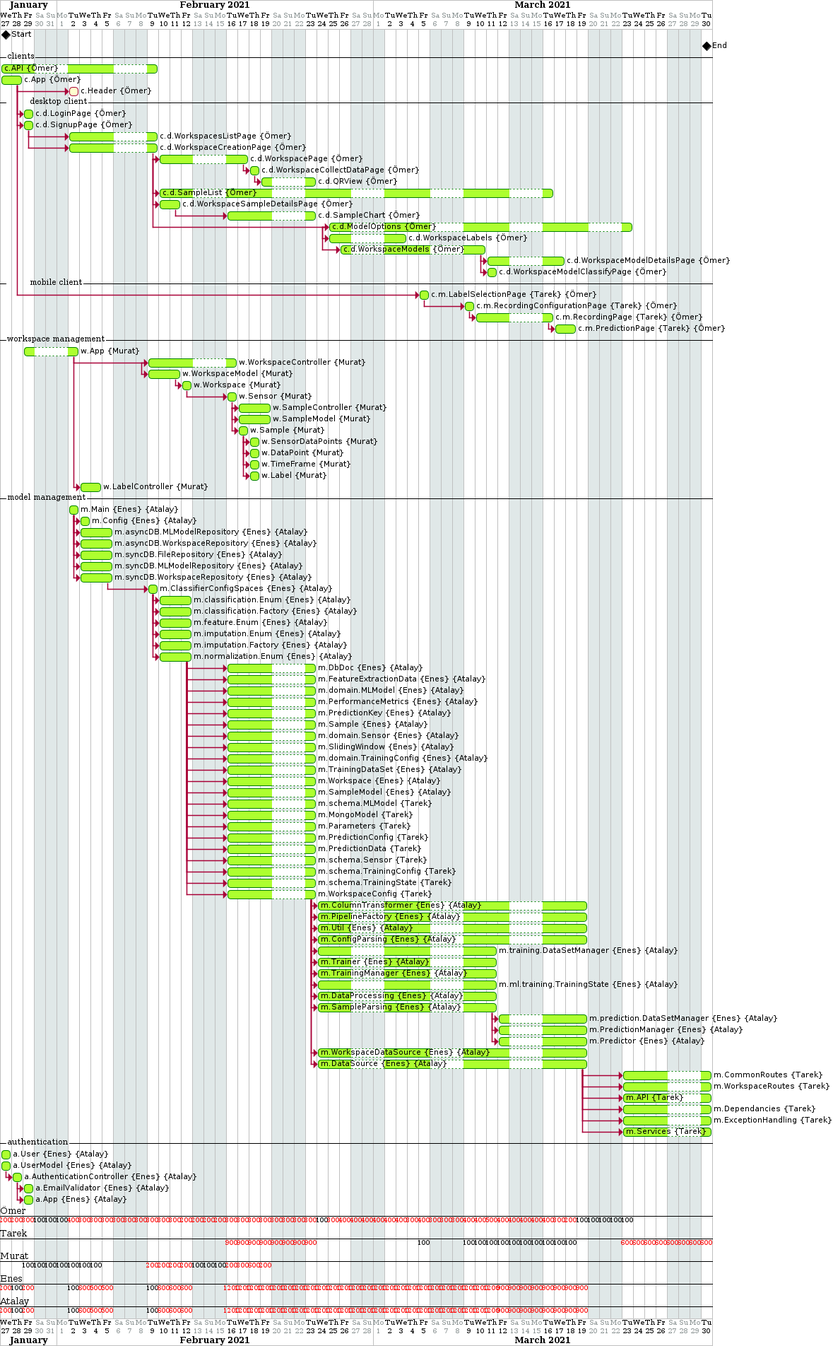
PSE-TECO-2020-TEAM1/e2e-ml_docs keeps this PlantUML diagram as Implementation/Report/images/gantt.png. Above is the earlier version. Source of this version:
```plantuml
@startgantt
Project starts 2021-01-27
saturday are closed
sunday are closed
monday are closed
[Start] happens 2021-01-27
[End] happens 2021-03-30
-- clients --
[c.API] on {Ömer} lasts 2 week and is colored in GreenYellow/Green
[c.App] on {Ömer} lasts 2 days and is colored in GreenYellow/Green
[c.Header] on {Ömer} starts 4 day after [c.App]'s end and lasts 1 day
-- \tdesktop client --
[c.d.LoginPage] on {Ömer} starts at [c.App]'s end and lasts 1 day and is colored in GreenYellow/Green
[c.d.SignupPage] on {Ömer} starts at [c.App]'s end and lasts 1 day and is colored in GreenYellow/Green
[c.d.WorkspacesListPage] on {Ömer} starts at [c.d.SignupPage]'s end and lasts 5 day and is colored in GreenYellow/Green
[c.d.WorkspaceCreationPage] on {Ömer} starts at [c.d.SignupPage]'s end and lasts 5 days and is colored in GreenYellow/Green
[c.d.WorkspacePage] on {Ömer} starts at [c.d.WorkspaceCreationPage]'s end and lasts 5 day and is colored in GreenYellow/Green
[c.d.WorkspaceCollectDataPage] on {Ömer} starts at [c.d.WorkspacePage]'s end and lasts 1 day and is colored in GreenYellow/Green
[c.d.QRView] on {Ömer} starts at [c.d.WorkspaceCollectDataPage]'s end and lasts 2 days and is colored in GreenYellow/Green
[c.d.SampleList] on {Ömer} starts at [c.d.WorkspacePage]'s start and lasts 20 day and is colored in GreenYellow/Green
[c.d.WorkspaceSampleDetailsPage] on {Ömer} starts at [c.d.WorkspacePage]'s start and lasts 2 days and is colored in GreenYellow/Green
[c.d.SampleChart] on {Ömer} starts 2 days after [c.d.WorkspaceSampleDetailsPage]'s end and lasts 5 days and is colored in GreenYellow/Green
[c.d.ModelOptions] on {Ömer} starts 15 days after [c.d.WorkspacePage]'s start and lasts 15 day and is colored in GreenYellow/Green
[c.d.WorkspaceLabels] on {Ömer} starts at [c.d.ModelOptions]'s start and lasts 4 day and is colored in GreenYellow/Green
[c.d.WorkspaceModels] on {Ömer} starts 1 day after [c.d.ModelOptions]'s start and lasts 7 day and is colored in GreenYellow/Green
[c.d.WorkspaceModelDetailsPage] on {Ömer} starts at [c.d.WorkspaceModels]'s end and lasts 4 day and is colored in GreenYellow/Green
[c.d.WorkspaceModelClassifyPage] on {Ömer} starts at [c.d.WorkspaceModels]'s end and lasts 1 day and is colored in GreenYellow/Green
-- \tmobile client --
[c.m.LabelSelectionPage] on {Tarek} {Ömer} starts 35 days after [c.App]'s end and lasts 1 day and is colored in GreenYellow/Green
[c.m.RecordingConfigurationPage] on {Tarek} {Ömer} starts at [c.m.LabelSelectionPage]'s end and lasts 1 day and is colored in GreenYellow/Green
[c.m.RecordingPage] on {Tarek} {Ömer} starts at [c.m.RecordingConfigurationPage]'s end and lasts 8 day and is colored in GreenYellow/Green
[c.m.PredictionPage] on {Tarek} {Ömer} starts at [c.m.RecordingPage]'s end and lasts 4 day and is colored in GreenYellow/Green
-- workspace management --
[w.App] on {Murat} starts 2021-01-29 and  lasts 2 day and is colored in GreenYellow/Green
[w.WorkspaceController] on {Murat} starts 3 days after [w.App]'s end and lasts 5 day and is colored in GreenYellow/Green
[w.WorkspaceModel] on {Murat} starts at [w.WorkspaceController]'s start and lasts 3 day and is colored in GreenYellow/Green
[w.Workspace] on {Murat} starts at [w.WorkspaceModel]'s end and lasts 1 day and is colored in GreenYellow/Green
[w.Sensor] on {Murat} starts at [w.Workspace]'s end and lasts 1 day and is colored in GreenYellow/Green
[w.SampleController] on {Murat} starts at [w.Sensor]'s end and lasts 3 day and is colored in GreenYellow/Green
[w.SampleModel] on {Murat} starts at [w.SampleController]'s start and lasts 3 day and is colored in GreenYellow/Green
[w.Sample] on {Murat} starts at [w.SampleController]'s start and lasts 1 day and is colored in GreenYellow/Green
[w.SensorDataPoints] on {Murat} starts at [w.Sample]'s end and lasts 1 day and is colored in GreenYellow/Green
[w.DataPoint] on {Murat} starts at [w.SensorDataPoints]'s start and lasts 1 day and is colored in GreenYellow/Green
[w.TimeFrame] on {Murat} starts at [w.Sample]'s end and lasts 1 day and is colored in GreenYellow/Green
[w.Label] on {Murat} starts at [w.Sample]'s end and lasts 1 day and is colored in GreenYellow/Green
[w.LabelController] on {Murat} starts at [w.App]'s end and lasts 2 day and is colored in GreenYellow/Green
-- model management --
[m.Main] on {Enes} {Atalay} starts 2021-02-02 and lasts 2 day and is colored in GreenYellow/Green
[m.Config] on {Enes} {Atalay} starts at [m.Main]'s end and lasts 2 day and is colored in GreenYellow/Green
[m.asyncDB.MLModelRepository] on {Enes} {Atalay} starts at [m.Main]'s end and lasts 6 day and is colored in GreenYellow/Green
[m.asyncDB.WorkspaceRepository] on {Enes} {Atalay} starts at [m.Main]'s end and lasts 6 day and is colored in GreenYellow/Green
[m.syncDB.FileRepository] on {Enes} {Atalay} starts at [m.Main]'s end and lasts 6 day and is colored in GreenYellow/Green
[m.syncDB.MLModelRepository] on {Enes} {Atalay} starts at [m.Main]'s end and lasts 6 day and is colored in GreenYellow/Green
[m.syncDB.WorkspaceRepository] on {Enes} {Atalay} starts at [m.Main]'s end and lasts 6 day and is colored in GreenYellow/Green
[m.ClassifierConfigSpaces] on {Enes} {Atalay} starts at [m.syncDB.WorkspaceRepository]'s end and lasts 2 day and is colored in GreenYellow/Green
[m.classification.Enum] on {Enes} {Atalay} starts at [m.ClassifierConfigSpaces]'s end and lasts 6 day and is colored in GreenYellow/Green
[m.classification.Factory] on {Enes} {Atalay} starts at [m.ClassifierConfigSpaces]'s end and lasts 6 day and is colored in GreenYellow/Green
[m.feature.Enum] on {Enes} {Atalay} starts at [m.ClassifierConfigSpaces]'s end and lasts 6 day and is colored in GreenYellow/Green
[m.imputation.Enum] on {Enes} {Atalay} starts at [m.ClassifierConfigSpaces]'s end and lasts 6 day and is colored in GreenYellow/Green
[m.imputation.Factory] on {Enes} {Atalay} starts at [m.ClassifierConfigSpaces]'s end and lasts 6 day and is colored in GreenYellow/Green
[m.normalization.Enum] on {Enes} {Atalay} starts at [m.ClassifierConfigSpaces]'s end and lasts 6 day and is colored in GreenYellow/Green
[m.DbDoc] on {Enes} {Atalay} starts at [m.normalization.Enum]'s end and lasts 10 day and is colored in GreenYellow/Green
[m.FeatureExtractionData] on {Enes} {Atalay} starts at [m.normalization.Enum]'s end and lasts 10 day and is colored in GreenYellow/Green
[m.domain.MLModel] on {Enes} {Atalay} starts at [m.normalization.Enum]'s end and lasts 10 day and is colored in GreenYellow/Green
[m.PerformanceMetrics] on {Enes} {Atalay} starts at [m.normalization.Enum]'s end and lasts 10 day and is colored in GreenYellow/Green
[m.PredictionKey] on {Enes} {Atalay} starts at [m.normalization.Enum]'s end and lasts 10 day and is colored in GreenYellow/Green
[m.Sample] on {Enes} {Atalay} starts at [m.normalization.Enum]'s end and lasts 10 day and is colored in GreenYellow/Green
[m.domain.Sensor] on {Enes} {Atalay} starts at [m.normalization.Enum]'s end and lasts 10 day and is colored in GreenYellow/Green
[m.SlidingWindow] on {Enes} {Atalay} starts at [m.normalization.Enum]'s end and lasts 10 day and is colored in GreenYellow/Green
[m.domain.TrainingConfig] on {Enes} {Atalay} starts at [m.normalization.Enum]'s end and lasts 10 day and is colored in GreenYellow/Green
[m.TrainingDataSet] on {Enes} {Atalay} starts at [m.normalization.Enum]'s end and lasts 10 day and is colored in GreenYellow/Green
[m.Workspace] on {Enes} {Atalay} starts at [m.normalization.Enum]'s end and lasts 10 day and is colored in GreenYellow/Green
[m.SampleModel] on {Enes} {Atalay} starts at [m.normalization.Enum]'s end and lasts 10 day and is colored in GreenYellow/Green
[m.schema.MLModel] on {Tarek} starts at [m.normalization.Enum]'s end and lasts 5 day and is colored in GreenYellow/Green
[m.MongoModel] on {Tarek} starts at [m.normalization.Enum]'s end and lasts 5 day and is colored in GreenYellow/Green
[m.Parameters] on {Tarek} starts at [m.normalization.Enum]'s end and lasts 5 day and is colored in GreenYellow/Green
[m.PredictionConfig] on {Tarek} starts at [m.normalization.Enum]'s end and lasts 5 day and is colored in GreenYellow/Green
[m.PredictionData] on {Tarek} starts at [m.normalization.Enum]'s end and lasts 5 day and is colored in GreenYellow/Green
[m.schema.Sensor] on {Tarek} starts at [m.normalization.Enum]'s end and lasts 5 day and is colored in GreenYellow/Green
[m.schema.TrainingConfig] on {Tarek} starts at [m.normalization.Enum]'s end and lasts 5 day and is colored in GreenYellow/Green
[m.schema.TrainingState] on {Tarek} starts at [m.normalization.Enum]'s end and lasts 5 day and is colored in GreenYellow/Green
[m.WorkspaceConfig] on {Tarek} starts at [m.normalization.Enum]'s end and lasts 5 day and is colored in GreenYellow/Green
[m.ColumnTransformer] on {Enes} {Atalay} starts at [m.WorkspaceConfig]'s end and lasts 30 day and is colored in GreenYellow/Green
[m.PipelineFactory] on {Enes} {Atalay} starts at [m.WorkspaceConfig]'s end and lasts 30 day and is colored in GreenYellow/Green
[m.Util] on {Enes} {Atalay} starts at [m.WorkspaceConfig]'s end and lasts 30 day and is colored in GreenYellow/Green
[m.ConfigParsing] on {Enes} {Atalay} starts at [m.WorkspaceConfig]'s end and lasts 30 day and is colored in GreenYellow/Green
[m.training.DataSetManager] on {Enes} {Atalay} starts at [m.WorkspaceConfig]'s end and lasts 20 day and is colored in GreenYellow/Green
[m.Trainer] on {Enes} {Atalay} starts at [m.WorkspaceConfig]'s end and lasts 20 day and is colored in GreenYellow/Green
[m.TrainingManager] on {Enes} {Atalay} starts at [m.WorkspaceConfig]'s end and lasts 20 day and is colored in GreenYellow/Green
[m.ml.training.TrainingState] on {Enes} {Atalay} starts at [m.WorkspaceConfig]'s end and lasts 20 day and is colored in GreenYellow/Green
[m.DataProcessing] on {Enes} {Atalay} starts at [m.WorkspaceConfig]'s end and lasts 20 day and is colored in GreenYellow/Green
[m.SampleParsing] on {Enes} {Atalay} starts at [m.WorkspaceConfig]'s end and lasts 20 day and is colored in GreenYellow/Green
[m.prediction.DataSetManager] on {Enes} {Atalay} starts at [m.SampleParsing]'s end and lasts 10 day and is colored in GreenYellow/Green
[m.PredictionManager] on {Enes} {Atalay} starts at [m.SampleParsing]'s end and lasts 10 day and is colored in GreenYellow/Green
[m.Predictor] on {Enes} {Atalay} starts at [m.SampleParsing]'s end and lasts 10 day and is colored in GreenYellow/Green
[m.WorkspaceDataSource] on {Enes} {Atalay} starts at [m.WorkspaceConfig]'s end and lasts 30 day and is colored in GreenYellow/Green
[m.DataSource] on {Enes} {Atalay} starts at [m.WorkspaceConfig]'s end and lasts 30 day and is colored in GreenYellow/Green
[m.CommonRoutes] on {Tarek} starts at [m.DataSource]'s end and lasts 5 day and is colored in GreenYellow/Green
[m.WorkspaceRoutes] on {Tarek} starts at [m.DataSource]'s end and lasts 5 day and is colored in GreenYellow/Green
[m.API] on {Tarek} starts at [m.DataSource]'s end and lasts 5 day and is colored in GreenYellow/Green
[m.Dependancies] on {Tarek} starts at [m.DataSource]'s end and lasts 5 day and is colored in GreenYellow/Green
[m.ExceptionHandling] on {Tarek} starts at [m.DataSource]'s end and lasts 5 day and is colored in GreenYellow/Green
[m.Services] on {Tarek} starts at [m.DataSource]'s end and lasts 5 day and is colored in GreenYellow/Green
-- authentication --
[a.User] on {Enes} {Atalay} lasts 1 day and is colored in GreenYellow/Green
[a.UserModel] on {Enes} {Atalay} lasts 1 day and is colored in GreenYellow/Green
[a.AuthenticationController] on {Enes} {Atalay} starts at [a.UserModel]'s end and lasts 1 day and is colored in GreenYellow/Green
[a.EmailValidator] on {Enes} {Atalay} starts at [a.AuthenticationController]'s end and lasts 1 day and is colored in GreenYellow/Green
[a.App] on {Enes} {Atalay} starts at [a.AuthenticationController]'s end and lasts 1 day and is colored in GreenYellow/Green
@endgantt
```
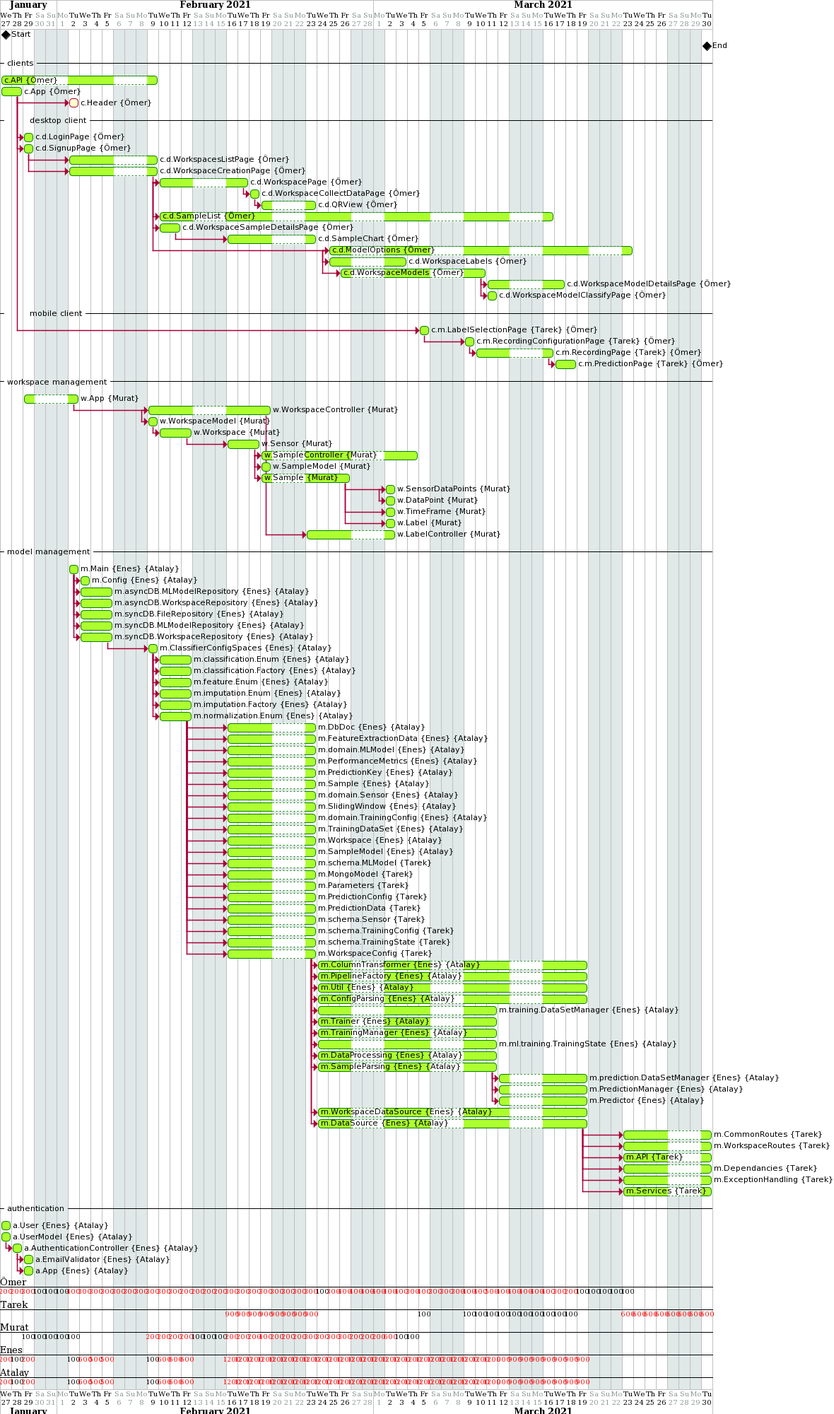
The same file after the commit.

Change to the diagram source:
```diff
@@ -32,18 +32,18 @@
 [c.m.PredictionPage] on {Tarek} {Ömer} starts at [c.m.RecordingPage]'s end and lasts 4 day and is colored in GreenYellow/Green
 -- workspace management --
 [w.App] on {Murat} starts 2021-01-29 and  lasts 2 day and is colored in GreenYellow/Green
-[w.WorkspaceController] on {Murat} starts 3 days after [w.App]'s end and lasts 5 day and is colored in GreenYellow/Green
-[w.WorkspaceModel] on {Murat} starts at [w.WorkspaceController]'s start and lasts 3 day and is colored in GreenYellow/Green
-[w.Workspace] on {Murat} starts at [w.WorkspaceModel]'s end and lasts 1 day and is colored in GreenYellow/Green
-[w.Sensor] on {Murat} starts at [w.Workspace]'s end and lasts 1 day and is colored in GreenYellow/Green
-[w.SampleController] on {Murat} starts at [w.Sensor]'s end and lasts 3 day and is colored in GreenYellow/Green
-[w.SampleModel] on {Murat} starts at [w.SampleController]'s start and lasts 3 day and is colored in GreenYellow/Green
-[w.Sample] on {Murat} starts at [w.SampleController]'s start and lasts 1 day and is colored in GreenYellow/Green
+[w.WorkspaceController] on {Murat} starts 3 days after [w.App]'s end and lasts 8 day and is colored in GreenYellow/Green
+[w.WorkspaceModel] on {Murat} starts at [w.WorkspaceController]'s start and lasts 1 day and is colored in GreenYellow/Green
+[w.Workspace] on {Murat} starts at [w.WorkspaceModel]'s end and lasts 3 day and is colored in GreenYellow/Green
+[w.Sensor] on {Murat} starts at [w.Workspace]'s end and lasts 3 day and is colored in GreenYellow/Green
+[w.SampleController] on {Murat} starts at [w.Sensor]'s end and lasts 8 day and is colored in GreenYellow/Green
+[w.SampleModel] on {Murat} starts at [w.SampleController]'s start and lasts 1 day and is colored in GreenYellow/Green
+[w.Sample] on {Murat} starts at [w.SampleController]'s start and lasts 5 day and is colored in GreenYellow/Green
 [w.SensorDataPoints] on {Murat} starts at [w.Sample]'s end and lasts 1 day and is colored in GreenYellow/Green
 [w.DataPoint] on {Murat} starts at [w.SensorDataPoints]'s start and lasts 1 day and is colored in GreenYellow/Green
 [w.TimeFrame] on {Murat} starts at [w.Sample]'s end and lasts 1 day and is colored in GreenYellow/Green
 [w.Label] on {Murat} starts at [w.Sample]'s end and lasts 1 day and is colored in GreenYellow/Green
-[w.LabelController] on {Murat} starts at [w.App]'s end and lasts 2 day and is colored in GreenYellow/Green
+[w.LabelController] on {Murat} starts at [w.WorkspaceController]'s end and lasts 5 day and is colored in GreenYellow/Green
 -- model management --
 [m.Main] on {Enes} {Atalay} starts 2021-02-02 and lasts 2 day and is colored in GreenYellow/Green
 [m.Config] on {Enes} {Atalay} starts at [m.Main]'s end and lasts 2 day and is colored in GreenYellow/Green
```
